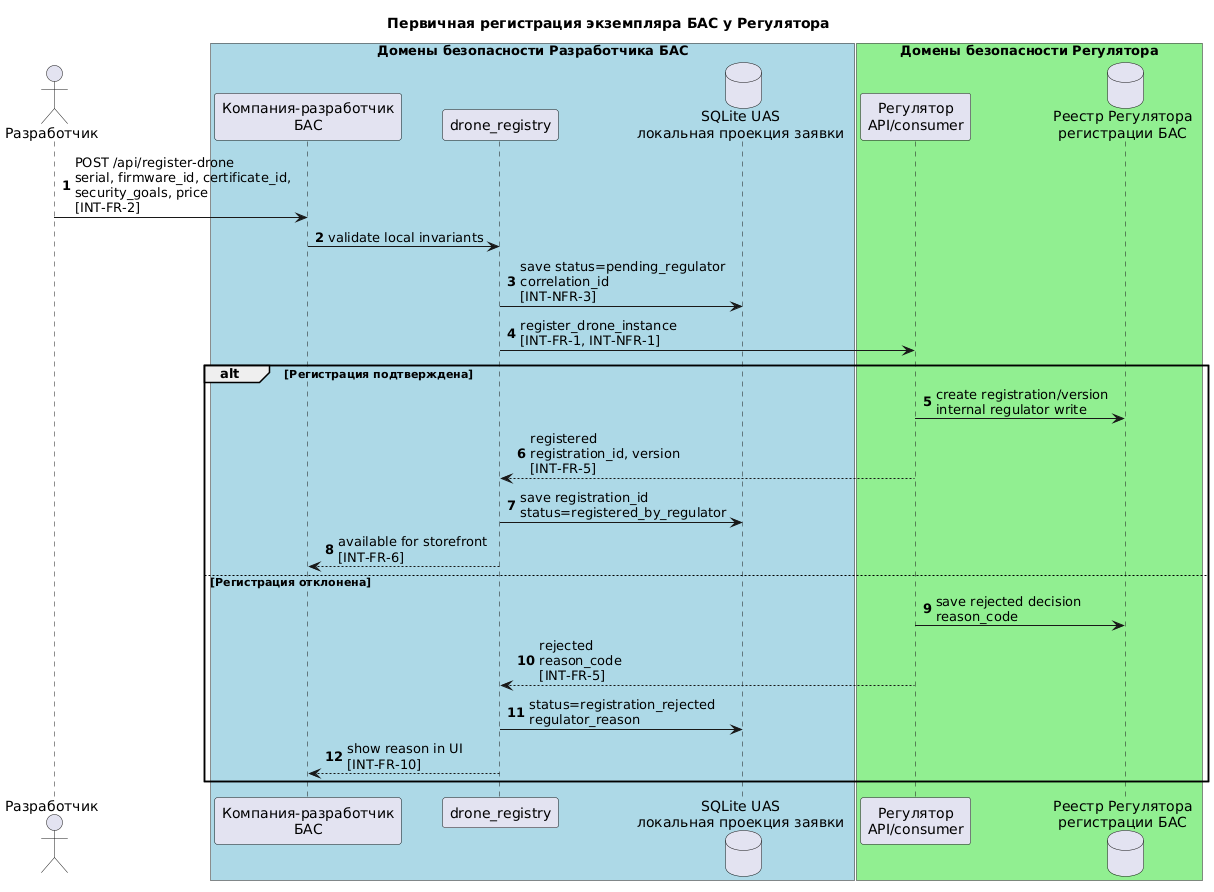
sergeysobolev-spbu/sbd-drones-economics keeps this PlantUML diagram as systems/uas_dev_company/docs/diagrams/integration_drone_registration.png. Above is the earlier version.
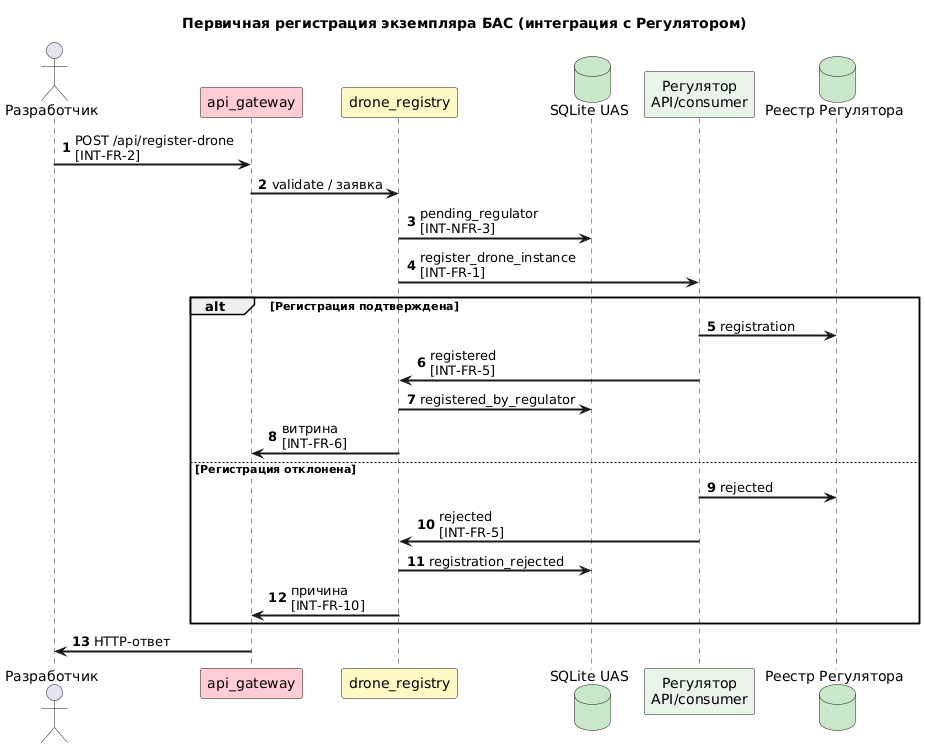
The same file after the commit.

Change to the diagram source:
```diff
@@ -1,32 +1,30 @@
 @startuml integration_drone_registration
-title Первичная регистрация экземпляра БАС у Регулятора
+title Первичная регистрация экземпляра БАС (интеграция с Регулятором)
+
+skinparam ArrowThickness 2
 
 autonumber
 actor "Разработчик" as Dev
-box "Домены безопасности Разработчика БАС" #LightBlue
-    participant "Компания-разработчик\nБАС" as UAS
-    participant "drone_registry" as Registry
-    database "SQLite UAS\nлокальная проекция заявки" as UASDB
-end box
+participant "api_gateway" as GW #FFCDD2
+participant "drone_registry" as Registry #FFF9C4
+database "SQLite UAS" as UASDB #C8E6C9
+participant "Регулятор\nAPI/consumer" as REG #E8F5E9
+database "Реестр Регулятора" as REGDB #C8E6C9
 
-box "Домены безопасности Регулятора" #LightGreen
-    participant "Регулятор\nAPI/consumer" as REG
-    database "Реестр Регулятора\nрегистрации БАС" as REGDB
-end box
-
-Dev -> UAS : POST /api/register-drone\nserial, firmware_id, certificate_id,\nsecurity_goals, price\n[INT-FR-2]
-UAS -> Registry : validate local invariants
-Registry -> UASDB : save status=pending_regulator\ncorrelation_id\n[INT-NFR-3]
-Registry -> REG : register_drone_instance\n[INT-FR-1, INT-NFR-1]
+Dev -> GW : POST /api/register-drone\n[INT-FR-2]
+GW -> Registry : validate / заявка
+Registry -> UASDB : pending_regulator\n[INT-NFR-3]
+Registry -> REG : register_drone_instance\n[INT-FR-1]
 alt Регистрация подтверждена
-    REG -> REGDB : create registration/version\ninternal regulator write
-    REG --> Registry : registered\nregistration_id, version\n[INT-FR-5]
-    Registry -> UASDB : save registration_id\nstatus=registered_by_regulator
-    Registry --> UAS : available for storefront\n[INT-FR-6]
+    REG -> REGDB : registration
+    REG -> Registry : registered\n[INT-FR-5]
+    Registry -> UASDB : registered_by_regulator
+    Registry -> GW : витрина\n[INT-FR-6]
 else Регистрация отклонена
-    REG -> REGDB : save rejected decision\nreason_code
-    REG --> Registry : rejected\nreason_code\n[INT-FR-5]
-    Registry -> UASDB : status=registration_rejected\nregulator_reason
-    Registry --> UAS : show reason in UI\n[INT-FR-10]
+    REG -> REGDB : rejected
+    REG -> Registry : rejected\n[INT-FR-5]
+    Registry -> UASDB : registration_rejected
+    Registry -> GW : причина\n[INT-FR-10]
 end
+GW -> Dev : HTTP-ответ
 @enduml
```
